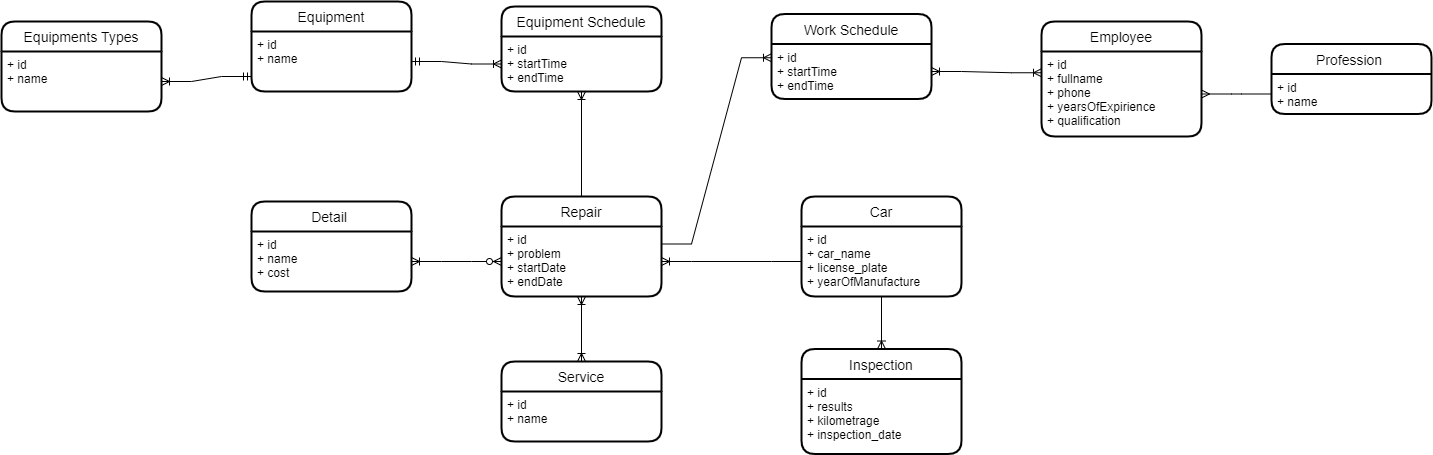
The draw.io diagram diagrams/ER-diagram.png in sashapanasiuk5/Database_CourseWork, before a commit. Source tidied: cells renumbered, new cells last; positions are measured from the earlier drawing's top-left corner, leaving out a move shared by most shapes.
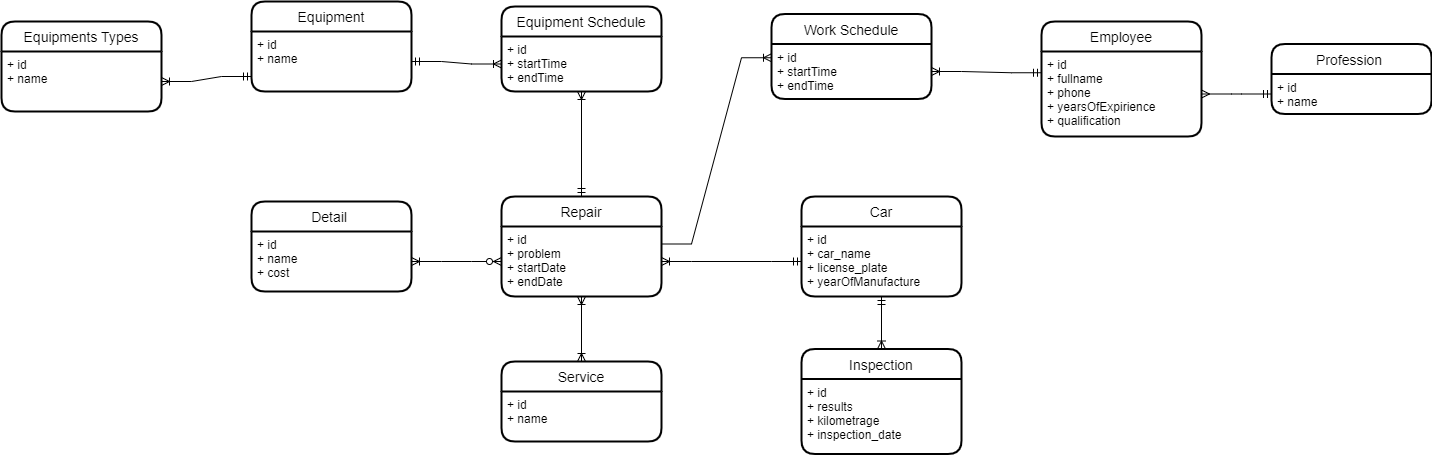
The same file after the commit.

Commit message:
add description of the ER-diagram

The edit, as a diff of the source:
```diff
@@ -20,7 +20,7 @@
     <mxCell id="7" value="+ id&#10;+ name" style="align=left;strokeColor=none;fillColor=none;spacingLeft=4;fontSize=12;verticalAlign=top;" parent="6" vertex="1">
       <mxGeometry y="30" width="160" height="50" as="geometry" />
     </mxCell>
-    <mxCell id="8" style="edgeStyle=entityRelationEdgeStyle;fontSize=12;html=1;endArrow=ERoneToMany;rounded=0;exitX=0;exitY=0.5;exitDx=0;exitDy=0;entryX=1;entryY=0.5;entryDx=0;entryDy=0;" parent="1" edge="1" source="3" target="5">
+    <mxCell id="8" style="edgeStyle=entityRelationEdgeStyle;fontSize=12;html=1;endArrow=ERoneToMany;rounded=0;exitX=0;exitY=0.5;exitDx=0;exitDy=0;entryX=1;entryY=0.5;entryDx=0;entryDy=0;startArrow=ERmandOne;startFill=0;" parent="1" edge="1" source="3" target="5">
       <mxGeometry relative="1" as="geometry" />
     </mxCell>
     <mxCell id="9" style="fontSize=12;html=1;endArrow=ERoneToMany;startArrow=ERoneToMany;rounded=0;exitX=0.5;exitY=1;exitDx=0;exitDy=0;entryX=0.5;entryY=0;entryDx=0;entryDy=0;endFill=0;startFill=0;" parent="1" edge="1" source="5" target="6">
@@ -50,7 +50,7 @@
     <mxCell id="17" style="edgeStyle=entityRelationEdgeStyle;fontSize=12;html=1;endArrow=ERoneToMany;startArrow=ERmandOne;rounded=0;entryX=0;entryY=0.5;entryDx=0;entryDy=0;endFill=0;" parent="1" edge="1" source="14" target="16">
       <mxGeometry relative="1" as="geometry" />
     </mxCell>
-    <mxCell id="18" style="fontSize=12;html=1;endArrow=ERoneToMany;endFill=0;rounded=0;exitX=0.5;exitY=0;exitDx=0;exitDy=0;entryX=0.5;entryY=1;entryDx=0;entryDy=0;" parent="1" edge="1" source="4" target="16">
+    <mxCell id="18" style="fontSize=12;html=1;endArrow=ERoneToMany;endFill=0;rounded=0;exitX=0.5;exitY=0;exitDx=0;exitDy=0;entryX=0.5;entryY=1;entryDx=0;entryDy=0;startArrow=ERmandOne;startFill=0;" parent="1" edge="1" source="4" target="16">
       <mxGeometry relative="1" as="geometry" />
     </mxCell>
     <mxCell id="19" value="Work Schedule" style="swimlane;horizontal=1;startSize=30;rounded=1;fontSize=14;fontStyle=0;strokeWidth=2;shadow=0;dashed=0;align=center;" parent="1" vertex="1">
@@ -74,10 +74,10 @@
     <mxCell id="25" value="+ id&#10;+ name&#10;" style="align=left;strokeColor=none;fillColor=none;spacingLeft=4;fontSize=12;verticalAlign=top;" parent="24" vertex="1">
       <mxGeometry y="30" width="160" height="40" as="geometry" />
     </mxCell>
-    <mxCell id="26" style="edgeStyle=entityRelationEdgeStyle;fontSize=12;html=1;endArrow=ERmany;rounded=0;exitX=0;exitY=0.5;exitDx=0;exitDy=0;entryX=1;entryY=0.5;entryDx=0;entryDy=0;" parent="1" edge="1" source="25" target="23">
+    <mxCell id="26" style="edgeStyle=entityRelationEdgeStyle;fontSize=12;html=1;endArrow=ERmany;rounded=0;exitX=0;exitY=0.5;exitDx=0;exitDy=0;entryX=1;entryY=0.5;entryDx=0;entryDy=0;startArrow=ERmandOne;startFill=0;" parent="1" edge="1" source="25" target="23">
       <mxGeometry relative="1" as="geometry" />
     </mxCell>
-    <mxCell id="27" style="edgeStyle=entityRelationEdgeStyle;fontSize=12;html=1;endArrow=ERoneToMany;startArrow=ERoneToMany;rounded=0;exitX=0;exitY=0.25;exitDx=0;exitDy=0;entryX=1;entryY=0.5;entryDx=0;entryDy=0;endFill=0;startFill=0;" parent="1" edge="1" source="23" target="20">
+    <mxCell id="27" style="edgeStyle=entityRelationEdgeStyle;fontSize=12;html=1;endArrow=ERoneToMany;startArrow=ERmandOne;rounded=0;exitX=0;exitY=0.25;exitDx=0;exitDy=0;entryX=1;entryY=0.5;entryDx=0;entryDy=0;endFill=0;startFill=0;" parent="1" edge="1" source="23" target="20">
       <mxGeometry relative="1" as="geometry" />
     </mxCell>
     <mxCell id="28" value="Inspection" style="swimlane;horizontal=1;startSize=30;rounded=1;fontSize=14;fontStyle=0;strokeWidth=2;shadow=0;dashed=0;align=center;" parent="1" vertex="1">
@@ -86,7 +86,7 @@
     <mxCell id="29" value="+ id&#10;+ results&#10;+ kilometrage&#10;+ inspection_date" style="align=left;strokeColor=none;fillColor=none;spacingLeft=4;fontSize=12;verticalAlign=top;" parent="28" vertex="1">
       <mxGeometry y="30" width="160" height="75" as="geometry" />
     </mxCell>
-    <mxCell id="30" style="fontSize=12;html=1;endArrow=ERoneToMany;rounded=0;exitX=0.5;exitY=1;exitDx=0;exitDy=0;entryX=0.5;entryY=0;entryDx=0;entryDy=0;" parent="1" edge="1" source="3" target="28">
+    <mxCell id="30" style="fontSize=12;html=1;endArrow=ERoneToMany;rounded=0;exitX=0.5;exitY=1;exitDx=0;exitDy=0;entryX=0.5;entryY=0;entryDx=0;entryDy=0;startArrow=ERmandOne;startFill=0;" parent="1" edge="1" source="3" target="28">
       <mxGeometry relative="1" as="geometry" />
     </mxCell>
     <mxCell id="31" value="Equipments Types" style="swimlane;horizontal=1;startSize=30;rounded=1;fontSize=14;fontStyle=0;strokeWidth=2;shadow=0;dashed=0;align=center;" parent="1" vertex="1">
```
